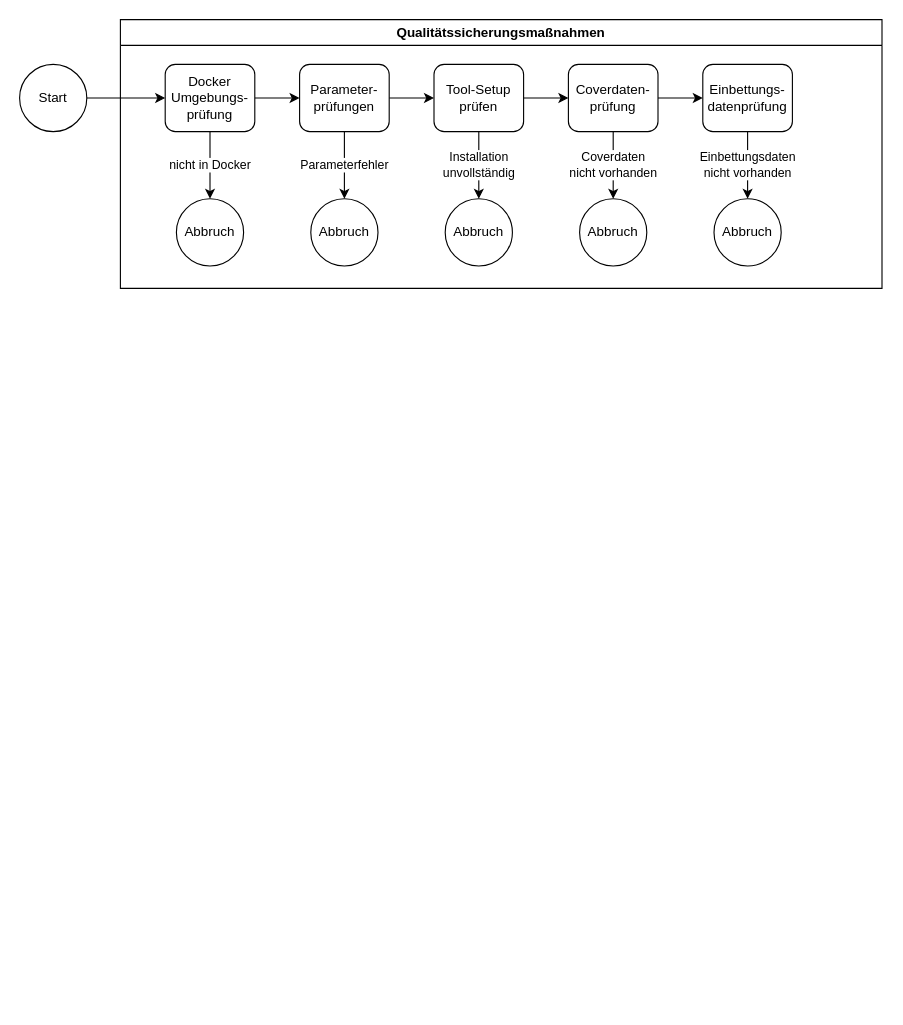
bh-8/amsl-it-security-projects keeps this draw.io diagram as SMKITS5/documentation/flowchart.drawio. Above is the earlier version. Source tidied: cells renumbered, new cells numbered last; positions are measured from the earlier drawing's top-left corner, leaving out a move shared by most shapes. Both pictures are drawn from the tidied source at 112%, with x=0, y=0 at pixel (19, 19).
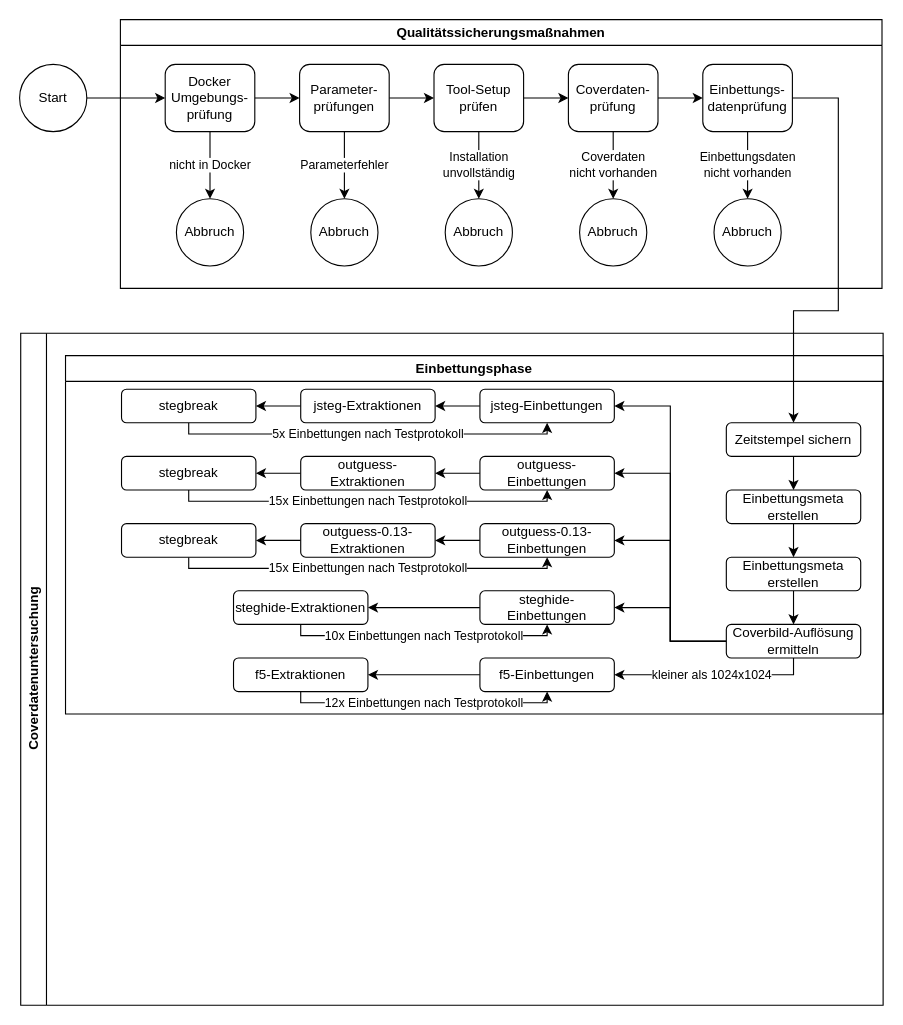
After the change.

Commit message:
embedding phase

Unchanged cells that the change refers to:
```xml
<mxCell id="16" value="Einbettungs-datenprüfung" style="rounded=1;whiteSpace=wrap;html=1;labelBackgroundColor=none;" parent="2" vertex="1">
  <mxGeometry x="520" y="40" width="80" height="60" as="geometry" />
</mxCell>
```

The edit, as a diff of the source:
```diff
@@
+    <mxCell id="24" value="&lt;div&gt;Coverdatenuntersuchung&lt;/div&gt;" style="swimlane;horizontal=0;whiteSpace=wrap;html=1;labelBackgroundColor=none;" parent="1" vertex="1">
+      <mxGeometry x="1" y="280" width="770" height="600" as="geometry" />
+    </mxCell>
+    <mxCell id="25" value="Einbettungsphase" style="swimlane;whiteSpace=wrap;html=1;labelBackgroundColor=none;" parent="24" vertex="1">
+      <mxGeometry x="40" y="20" width="730" height="320" as="geometry" />
+    </mxCell>
+    <mxCell id="26" style="edgeStyle=orthogonalEdgeStyle;rounded=0;jettySize=auto;html=1;exitX=0;exitY=0.5;exitDx=0;exitDy=0;entryX=1;entryY=0.5;entryDx=0;entryDy=0;" parent="25" edge="1" source="27" target="37">
+      <mxGeometry relative="1" as="geometry" />
+    </mxCell>
+    <mxCell id="27" value="jsteg-Einbettungen" style="rounded=1;whiteSpace=wrap;html=1;labelBackgroundColor=none;" parent="25" vertex="1">
+      <mxGeometry x="370" y="30" width="120" height="30" as="geometry" />
+    </mxCell>
+    <mxCell id="28" style="edgeStyle=orthogonalEdgeStyle;rounded=0;jettySize=auto;html=1;exitX=0;exitY=0.5;exitDx=0;exitDy=0;entryX=1;entryY=0.5;entryDx=0;entryDy=0;" parent="25" edge="1" source="29" target="39">
+      <mxGeometry relative="1" as="geometry" />
+    </mxCell>
+    <mxCell id="29" value="outguess-Einbettungen" style="rounded=1;whiteSpace=wrap;html=1;labelBackgroundColor=none;" parent="25" vertex="1">
+      <mxGeometry x="370" y="90" width="120" height="30" as="geometry" />
+    </mxCell>
+    <mxCell id="30" style="edgeStyle=orthogonalEdgeStyle;rounded=0;jettySize=auto;html=1;exitX=0;exitY=0.5;exitDx=0;exitDy=0;entryX=1;entryY=0.5;entryDx=0;entryDy=0;" parent="25" edge="1" source="31" target="41">
+      <mxGeometry relative="1" as="geometry" />
+    </mxCell>
+    <mxCell id="31" value="outguess-0.13-Einbettungen" style="rounded=1;whiteSpace=wrap;html=1;labelBackgroundColor=none;" parent="25" vertex="1">
+      <mxGeometry x="370" y="150" width="120" height="30" as="geometry" />
+    </mxCell>
+    <mxCell id="32" style="edgeStyle=orthogonalEdgeStyle;rounded=0;jettySize=auto;html=1;exitX=0;exitY=0.5;exitDx=0;exitDy=0;entryX=1;entryY=0.5;entryDx=0;entryDy=0;" parent="25" edge="1" source="33" target="43">
+      <mxGeometry relative="1" as="geometry" />
+    </mxCell>
+    <mxCell id="33" value="steghide-Einbettungen" style="rounded=1;whiteSpace=wrap;html=1;labelBackgroundColor=none;" parent="25" vertex="1">
+      <mxGeometry x="370" y="210" width="120" height="30" as="geometry" />
+    </mxCell>
+    <mxCell id="34" style="edgeStyle=orthogonalEdgeStyle;rounded=0;jettySize=auto;html=1;exitX=0;exitY=0.5;exitDx=0;exitDy=0;entryX=1;entryY=0.5;entryDx=0;entryDy=0;" parent="25" edge="1" source="35" target="45">
+      <mxGeometry relative="1" as="geometry" />
+    </mxCell>
+    <mxCell id="35" value="f5-Einbettungen" style="rounded=1;whiteSpace=wrap;html=1;labelBackgroundColor=none;" parent="25" vertex="1">
+      <mxGeometry x="370" y="270" width="120" height="30" as="geometry" />
+    </mxCell>
+    <mxCell id="36" style="edgeStyle=orthogonalEdgeStyle;rounded=0;jettySize=auto;html=1;exitX=0;exitY=0.5;exitDx=0;exitDy=0;entryX=1;entryY=0.5;entryDx=0;entryDy=0;" parent="25" edge="1" source="37" target="47">
+      <mxGeometry relative="1" as="geometry" />
+    </mxCell>
+    <mxCell id="37" value="jsteg-Extraktionen" style="rounded=1;whiteSpace=wrap;html=1;labelBackgroundColor=none;" parent="25" vertex="1">
+      <mxGeometry x="210" y="30" width="120" height="30" as="geometry" />
+    </mxCell>
+    <mxCell id="38" style="edgeStyle=orthogonalEdgeStyle;rounded=0;jettySize=auto;html=1;exitX=0;exitY=0.5;exitDx=0;exitDy=0;entryX=1;entryY=0.5;entryDx=0;entryDy=0;" parent="25" edge="1" source="39" target="49">
+      <mxGeometry relative="1" as="geometry" />
+    </mxCell>
+    <mxCell id="39" value="&lt;div&gt;outguess-Extraktionen&lt;/div&gt;" style="rounded=1;whiteSpace=wrap;html=1;labelBackgroundColor=none;" parent="25" vertex="1">
+      <mxGeometry x="210" y="90" width="120" height="30" as="geometry" />
+    </mxCell>
+    <mxCell id="40" style="edgeStyle=orthogonalEdgeStyle;rounded=0;jettySize=auto;html=1;exitX=0;exitY=0.5;exitDx=0;exitDy=0;entryX=1;entryY=0.5;entryDx=0;entryDy=0;" parent="25" edge="1" source="41" target="51">
+      <mxGeometry relative="1" as="geometry" />
+    </mxCell>
+    <mxCell id="41" value="outguess-0.13-Extraktionen" style="rounded=1;whiteSpace=wrap;html=1;labelBackgroundColor=none;" parent="25" vertex="1">
+      <mxGeometry x="210" y="150" width="120" height="30" as="geometry" />
+    </mxCell>
+    <mxCell id="42" value="10x Einbettungen nach Testprotokoll" style="edgeStyle=orthogonalEdgeStyle;rounded=0;jettySize=auto;html=1;exitX=0.5;exitY=1;exitDx=0;exitDy=0;entryX=0.5;entryY=1;entryDx=0;entryDy=0;" parent="25" edge="1" source="43" target="33">
+      <mxGeometry relative="1" as="geometry">
+        <Array as="points">
+          <mxPoint x="210" y="250" />
+          <mxPoint x="430" y="250" />
+        </Array>
+      </mxGeometry>
+    </mxCell>
+    <mxCell id="43" value="steghide-Extraktionen" style="rounded=1;whiteSpace=wrap;html=1;labelBackgroundColor=none;" parent="25" vertex="1">
+      <mxGeometry x="150" y="210" width="120" height="30" as="geometry" />
+    </mxCell>
+    <mxCell id="44" value="12x Einbettungen nach Testprotokoll" style="edgeStyle=orthogonalEdgeStyle;rounded=0;jettySize=auto;html=1;exitX=0.5;exitY=1;exitDx=0;exitDy=0;entryX=0.5;entryY=1;entryDx=0;entryDy=0;" parent="25" edge="1" source="45" target="35">
+      <mxGeometry relative="1" as="geometry">
+        <Array as="points">
+          <mxPoint x="210" y="310" />
+          <mxPoint x="430" y="310" />
+        </Array>
+      </mxGeometry>
+    </mxCell>
+    <mxCell id="45" value="f5-Extraktionen" style="rounded=1;whiteSpace=wrap;html=1;labelBackgroundColor=none;" parent="25" vertex="1">
+      <mxGeometry x="150" y="270" width="120" height="30" as="geometry" />
+    </mxCell>
+    <mxCell id="46" value="5x Einbettungen nach Testprotokoll" style="edgeStyle=orthogonalEdgeStyle;rounded=0;jettySize=auto;html=1;exitX=0.5;exitY=1;exitDx=0;exitDy=0;entryX=0.5;entryY=1;entryDx=0;entryDy=0;" parent="25" edge="1" source="47" target="27">
+      <mxGeometry relative="1" as="geometry">
+        <Array as="points">
+          <mxPoint x="110" y="70" />
+          <mxPoint x="430" y="70" />
+        </Array>
+      </mxGeometry>
+    </mxCell>
+    <mxCell id="47" value="stegbreak" style="rounded=1;whiteSpace=wrap;html=1;labelBackgroundColor=none;" parent="25" vertex="1">
+      <mxGeometry x="50" y="30" width="120" height="30" as="geometry" />
+    </mxCell>
+    <mxCell id="48" value="15x Einbettungen nach Testprotokoll" style="edgeStyle=orthogonalEdgeStyle;rounded=0;jettySize=auto;html=1;exitX=0.5;exitY=1;exitDx=0;exitDy=0;entryX=0.5;entryY=1;entryDx=0;entryDy=0;" parent="25" edge="1" source="49" target="29">
+      <mxGeometry relative="1" as="geometry">
+        <Array as="points">
+          <mxPoint x="110" y="130" />
+          <mxPoint x="430" y="130" />
+        </Array>
+      </mxGeometry>
+    </mxCell>
+    <mxCell id="49" value="stegbreak" style="rounded=1;whiteSpace=wrap;html=1;labelBackgroundColor=none;" parent="25" vertex="1">
+      <mxGeometry x="50" y="90" width="120" height="30" as="geometry" />
+    </mxCell>
+    <mxCell id="50" value="15x Einbettungen nach Testprotokoll" style="edgeStyle=orthogonalEdgeStyle;rounded=0;jettySize=auto;html=1;exitX=0.5;exitY=1;exitDx=0;exitDy=0;entryX=0.5;entryY=1;entryDx=0;entryDy=0;" parent="25" edge="1" source="51" target="31">
+      <mxGeometry relative="1" as="geometry">
+        <Array as="points">
+          <mxPoint x="110" y="190" />
+          <mxPoint x="430" y="190" />
+        </Array>
+      </mxGeometry>
+    </mxCell>
+    <mxCell id="51" value="stegbreak" style="rounded=1;whiteSpace=wrap;html=1;labelBackgroundColor=none;" parent="25" vertex="1">
+      <mxGeometry x="50" y="150" width="120" height="30" as="geometry" />
+    </mxCell>
+    <mxCell id="52" style="edgeStyle=orthogonalEdgeStyle;rounded=0;jettySize=auto;html=1;exitX=0.5;exitY=1;exitDx=0;exitDy=0;entryX=0.5;entryY=0;entryDx=0;entryDy=0;" parent="25" edge="1" source="53" target="55">
+      <mxGeometry relative="1" as="geometry" />
+    </mxCell>
+    <mxCell id="53" value="Zeitstempel sichern" style="rounded=1;whiteSpace=wrap;html=1;labelBackgroundColor=none;" parent="25" vertex="1">
+      <mxGeometry x="590" y="60" width="120" height="30" as="geometry" />
+    </mxCell>
+    <mxCell id="54" style="edgeStyle=orthogonalEdgeStyle;rounded=0;jettySize=auto;html=1;exitX=0.5;exitY=1;exitDx=0;exitDy=0;entryX=0.5;entryY=0;entryDx=0;entryDy=0;" parent="25" edge="1" source="55" target="57">
+      <mxGeometry relative="1" as="geometry" />
+    </mxCell>
+    <mxCell id="55" value="Einbettungsmeta erstellen" style="rounded=1;whiteSpace=wrap;html=1;labelBackgroundColor=none;" parent="25" vertex="1">
+      <mxGeometry x="590" y="120" width="120" height="30" as="geometry" />
+    </mxCell>
+    <mxCell id="56" style="edgeStyle=orthogonalEdgeStyle;rounded=0;jettySize=auto;html=1;exitX=0.5;exitY=1;exitDx=0;exitDy=0;entryX=0.5;entryY=0;entryDx=0;entryDy=0;" parent="25" edge="1" source="57" target="63">
+      <mxGeometry relative="1" as="geometry" />
+    </mxCell>
+    <mxCell id="57" value="Einbettungsmeta erstellen" style="rounded=1;whiteSpace=wrap;html=1;labelBackgroundColor=none;" parent="25" vertex="1">
+      <mxGeometry x="590" y="180" width="120" height="30" as="geometry" />
+    </mxCell>
+    <mxCell id="58" value="kleiner als 1024x1024" style="edgeStyle=orthogonalEdgeStyle;rounded=0;jettySize=auto;html=1;exitX=0.5;exitY=1;exitDx=0;exitDy=0;entryX=1;entryY=0.5;entryDx=0;entryDy=0;" parent="25" edge="1" source="63" target="35">
+      <mxGeometry relative="1" as="geometry">
+        <Array as="points">
+          <mxPoint x="650" y="285" />
+        </Array>
+      </mxGeometry>
+    </mxCell>
+    <mxCell id="59" style="edgeStyle=orthogonalEdgeStyle;rounded=0;jettySize=auto;html=1;exitX=0;exitY=0.5;exitDx=0;exitDy=0;entryX=1;entryY=0.5;entryDx=0;entryDy=0;" parent="25" edge="1" source="63" target="27">
+      <mxGeometry relative="1" as="geometry" />
+    </mxCell>
+    <mxCell id="60" style="edgeStyle=orthogonalEdgeStyle;rounded=0;jettySize=auto;html=1;exitX=0;exitY=0.5;exitDx=0;exitDy=0;entryX=1;entryY=0.5;entryDx=0;entryDy=0;" parent="25" edge="1" source="63" target="29">
+      <mxGeometry relative="1" as="geometry" />
+    </mxCell>
+    <mxCell id="61" style="edgeStyle=orthogonalEdgeStyle;rounded=0;jettySize=auto;html=1;exitX=0;exitY=0.5;exitDx=0;exitDy=0;entryX=1;entryY=0.5;entryDx=0;entryDy=0;" parent="25" edge="1" source="63" target="31">
+      <mxGeometry relative="1" as="geometry" />
+    </mxCell>
+    <mxCell id="62" style="edgeStyle=orthogonalEdgeStyle;rounded=0;jettySize=auto;html=1;exitX=0;exitY=0.5;exitDx=0;exitDy=0;entryX=1;entryY=0.5;entryDx=0;entryDy=0;" parent="25" edge="1" source="63" target="33">
+      <mxGeometry relative="1" as="geometry" />
+    </mxCell>
+    <mxCell id="63" value="Coverbild-Auflösung ermitteln" style="rounded=1;whiteSpace=wrap;html=1;labelBackgroundColor=none;" parent="25" vertex="1">
+      <mxGeometry x="590" y="240" width="120" height="30" as="geometry" />
+    </mxCell>
+    <mxCell id="64" style="edgeStyle=orthogonalEdgeStyle;rounded=0;jettySize=auto;html=1;exitX=1;exitY=0.5;exitDx=0;exitDy=0;entryX=0.5;entryY=0;entryDx=0;entryDy=0;" parent="1" edge="1" source="16" target="53">
+      <mxGeometry relative="1" as="geometry">
+        <Array as="points">
+          <mxPoint x="731" y="70" />
+          <mxPoint x="731" y="260" />
+          <mxPoint x="691" y="260" />
+        </Array>
+      </mxGeometry>
+    </mxCell>
```
